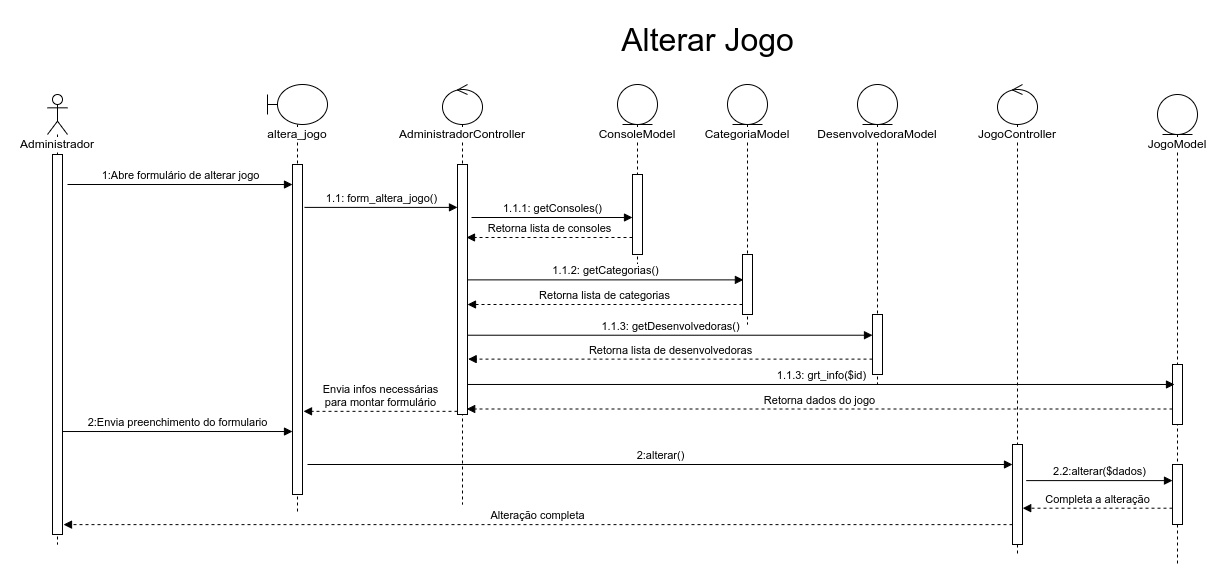
Before: docs/Diagramas/Diagrama-Sequência/Sequencia-Jogo Alterar.drawio.png, a diagram exported from draw.io (joaopaulo7/GCC188-Projeto-Final). Source tidied: cells renumbered, new cells last; positions are measured from the earlier drawing's top-left corner, leaving out a move shared by most shapes.
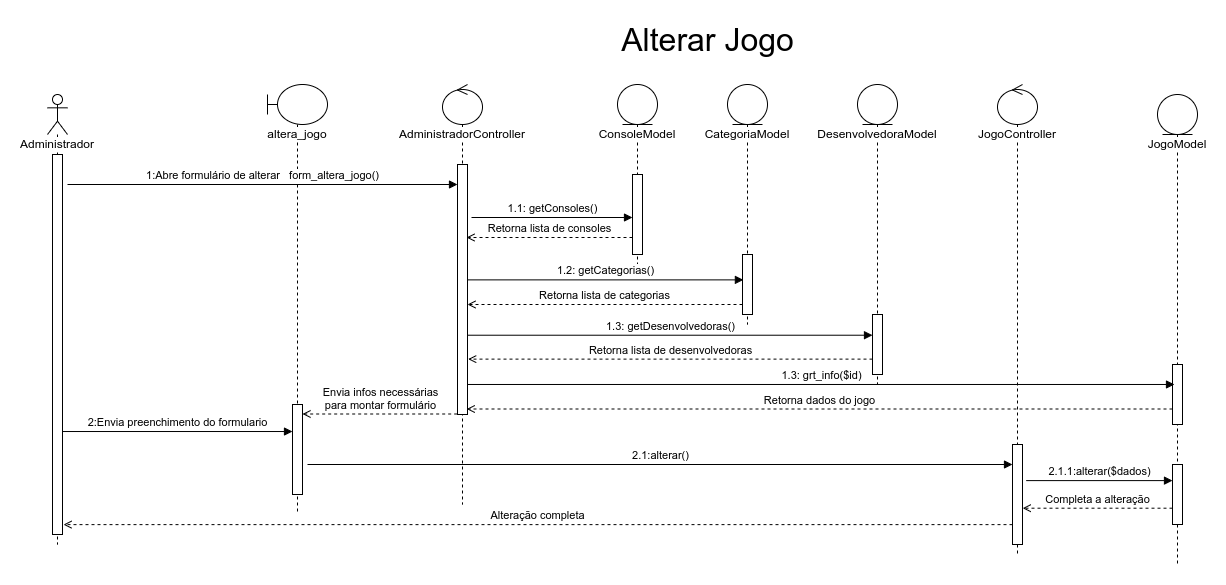
After the change.

What changed in the source:
```diff
@@ -12,7 +12,7 @@
       <mxGeometry x="220" y="60" width="60" height="430" as="geometry" />
     </mxCell>
     <mxCell id="5" style="html=1;points=[];perimeter=orthogonalPerimeter;fillColor=default;" parent="4" vertex="1">
-      <mxGeometry x="25" y="80" width="10" height="330" as="geometry" />
+      <mxGeometry x="25" y="320" width="10" height="90" as="geometry" />
     </mxCell>
     <mxCell id="6" value="&lt;span style=&quot;background-color: rgb(255 , 255 , 255)&quot;&gt;AdministradorController&lt;/span&gt;" style="shape=umlLifeline;participant=umlControl;perimeter=lifelinePerimeter;whiteSpace=wrap;html=1;verticalAlign=top;spacingTop=36;fillColor=default;" parent="1" vertex="1">
       <mxGeometry x="395" y="60" width="40" height="420" as="geometry" />
@@ -29,25 +29,21 @@
     <mxCell id="10" style="html=1;points=[];perimeter=orthogonalPerimeter;labelBackgroundColor=#FFFFFF;fillColor=default;" parent="9" vertex="1">
       <mxGeometry x="15" y="90" width="10" height="80" as="geometry" />
     </mxCell>
-    <mxCell id="11" value="1.1.1: getConsoles()" style="html=1;verticalAlign=bottom;endArrow=block;rounded=0;exitX=1.4;exitY=0.212;exitDx=0;exitDy=0;exitPerimeter=0;" parent="1" edge="1" source="7" target="10">
+    <mxCell id="11" value="1.1: getConsoles()" style="html=1;verticalAlign=bottom;endArrow=block;rounded=0;exitX=1.4;exitY=0.212;exitDx=0;exitDy=0;exitPerimeter=0;" parent="1" edge="1" source="7" target="10">
       <mxGeometry relative="1" as="geometry" />
     </mxCell>
-    <mxCell id="12" value="Retorna lista de consoles" style="html=1;verticalAlign=bottom;endArrow=block;rounded=0;dashed=1;entryX=0.9;entryY=0.292;entryDx=0;entryDy=0;entryPerimeter=0;" parent="1" edge="1" source="10" target="7">
+    <mxCell id="12" value="Retorna lista de consoles" style="html=1;verticalAlign=bottom;endArrow=open;rounded=0;dashed=1;entryX=0.9;entryY=0.292;entryDx=0;entryDy=0;entryPerimeter=0;endFill=0;" parent="1" edge="1" source="10" target="7">
       <mxGeometry relative="1" as="geometry" />
     </mxCell>
     <mxCell id="13" value="&lt;font style=&quot;font-size: 32px&quot;&gt;Alterar Jogo&lt;/font&gt;" style="text;html=1;align=center;verticalAlign=middle;strokeColor=none;fillColor=none;" parent="1" vertex="1">
       <mxGeometry x="565" width="190" height="30" as="geometry" />
     </mxCell>
-    <mxCell id="14" value="1:Abre formulário de alterar jogo" style="html=1;verticalAlign=bottom;endArrow=block;rounded=0;exitX=1;exitY=0.454;exitDx=0;exitDy=0;exitPerimeter=0;" parent="1" edge="1">
+    <mxCell id="14" value="1:Abre formulário de alterar&amp;nbsp; &amp;nbsp;form_altera_jogo()" style="html=1;verticalAlign=bottom;endArrow=block;rounded=0;exitX=1;exitY=0.454;exitDx=0;exitDy=0;exitPerimeter=0;entryX=0;entryY=0.08;entryDx=0;entryDy=0;entryPerimeter=0;" parent="1" edge="1" target="7">
       <mxGeometry relative="1" as="geometry">
         <mxPoint x="20" y="160" as="sourcePoint" />
-        <mxPoint x="245" y="160" as="targetPoint" />
       </mxGeometry>
     </mxCell>
-    <mxCell id="15" value="1.1: form_altera_jogo()" style="html=1;verticalAlign=bottom;endArrow=block;rounded=0;exitX=1.2;exitY=0.13;exitDx=0;exitDy=0;exitPerimeter=0;" parent="1" edge="1" source="5" target="7">
-      <mxGeometry relative="1" as="geometry" />
-    </mxCell>
-    <mxCell id="16" value="Envia infos necessárias&lt;br&gt;para montar formulário" style="html=1;verticalAlign=bottom;endArrow=block;rounded=0;dashed=1;entryX=1.1;entryY=0.748;entryDx=0;entryDy=0;entryPerimeter=0;" parent="1" edge="1" source="7" target="5">
+    <mxCell id="16" value="Envia infos necessárias&lt;br&gt;para montar formulário" style="html=1;verticalAlign=bottom;endArrow=open;rounded=0;dashed=1;endFill=0;exitX=-0.033;exitY=0.998;exitDx=0;exitDy=0;exitPerimeter=0;" parent="1" edge="1" source="7" target="5">
       <mxGeometry relative="1" as="geometry" />
     </mxCell>
     <mxCell id="17" value="CategoriaModel" style="shape=umlLifeline;participant=umlEntity;perimeter=lifelinePerimeter;whiteSpace=wrap;html=1;verticalAlign=top;spacingTop=36;labelBackgroundColor=#FFFFFF;fillColor=default;" parent="1" vertex="1">
@@ -62,20 +58,20 @@
     <mxCell id="20" style="html=1;points=[];perimeter=orthogonalPerimeter;labelBackgroundColor=#FFFFFF;fillColor=default;" parent="19" vertex="1">
       <mxGeometry x="15" y="230" width="10" height="60" as="geometry" />
     </mxCell>
-    <mxCell id="21" value="1.1.2: getCategorias()" style="html=1;verticalAlign=bottom;endArrow=block;rounded=0;entryX=0.09;entryY=0.423;entryDx=0;entryDy=0;entryPerimeter=0;" parent="1" edge="1" source="7" target="18">
+    <mxCell id="21" value="1.2: getCategorias()" style="html=1;verticalAlign=bottom;endArrow=block;rounded=0;entryX=0.09;entryY=0.423;entryDx=0;entryDy=0;entryPerimeter=0;" parent="1" edge="1" source="7" target="18">
       <mxGeometry relative="1" as="geometry" />
     </mxCell>
-    <mxCell id="22" value="Retorna lista de categorias" style="html=1;verticalAlign=bottom;endArrow=block;rounded=0;dashed=1;entryX=1.2;entryY=0.26;entryDx=0;entryDy=0;entryPerimeter=0;" parent="1" edge="1" source="18">
+    <mxCell id="22" value="Retorna lista de categorias" style="html=1;verticalAlign=bottom;endArrow=open;rounded=0;dashed=1;entryX=1.2;entryY=0.26;entryDx=0;entryDy=0;entryPerimeter=0;endFill=0;" parent="1" edge="1" source="18">
       <mxGeometry relative="1" as="geometry">
         <mxPoint x="420" y="280" as="targetPoint" />
       </mxGeometry>
     </mxCell>
-    <mxCell id="23" value="1.1.3: getDesenvolvedoras()" style="html=1;verticalAlign=bottom;endArrow=block;rounded=0;exitX=0.934;exitY=0.387;exitDx=0;exitDy=0;exitPerimeter=0;" parent="1" edge="1" target="20">
+    <mxCell id="23" value="1.3: getDesenvolvedoras()" style="html=1;verticalAlign=bottom;endArrow=block;rounded=0;exitX=0.934;exitY=0.387;exitDx=0;exitDy=0;exitPerimeter=0;" parent="1" edge="1" target="20">
       <mxGeometry relative="1" as="geometry">
         <mxPoint x="420" y="310.7" as="sourcePoint" />
       </mxGeometry>
     </mxCell>
-    <mxCell id="24" value="Retorna lista de desenvolvedoras" style="html=1;verticalAlign=bottom;endArrow=block;rounded=0;dashed=1;entryX=1.2;entryY=0.26;entryDx=0;entryDy=0;entryPerimeter=0;" parent="1" edge="1" source="20">
+    <mxCell id="24" value="Retorna lista de desenvolvedoras" style="html=1;verticalAlign=bottom;endArrow=open;rounded=0;dashed=1;entryX=1.2;entryY=0.26;entryDx=0;entryDy=0;entryPerimeter=0;endFill=0;" parent="1" edge="1" source="20">
       <mxGeometry relative="1" as="geometry">
         <mxPoint x="420.7" y="334.6" as="targetPoint" />
       </mxGeometry>
@@ -89,7 +85,7 @@
     <mxCell id="27" style="html=1;points=[];perimeter=orthogonalPerimeter;labelBackgroundColor=#FFFFFF;fillColor=default;" parent="25" vertex="1">
       <mxGeometry x="15" y="270" width="10" height="60" as="geometry" />
     </mxCell>
-    <mxCell id="28" value="2:alterar()" style="html=1;verticalAlign=bottom;endArrow=block;rounded=0;" parent="1" edge="1" target="30">
+    <mxCell id="28" value="2.1:alterar()" style="html=1;verticalAlign=bottom;endArrow=block;rounded=0;" parent="1" edge="1" target="30">
       <mxGeometry relative="1" as="geometry">
         <mxPoint x="260" y="440" as="sourcePoint" />
       </mxGeometry>
@@ -100,19 +96,19 @@
     <mxCell id="30" style="html=1;points=[];perimeter=orthogonalPerimeter;labelBackgroundColor=#FFFFFF;fontSize=12;fillColor=default;" parent="29" vertex="1">
       <mxGeometry x="15" y="360" width="10" height="100" as="geometry" />
     </mxCell>
-    <mxCell id="31" value="2.2:alterar($dados)" style="html=1;verticalAlign=bottom;endArrow=block;rounded=0;exitX=1.366;exitY=0.361;exitDx=0;exitDy=0;exitPerimeter=0;" parent="1" edge="1" source="30" target="26">
+    <mxCell id="31" value="2.1.1:alterar($dados)" style="html=1;verticalAlign=bottom;endArrow=block;rounded=0;exitX=1.366;exitY=0.361;exitDx=0;exitDy=0;exitPerimeter=0;" parent="1" edge="1" source="30" target="26">
       <mxGeometry relative="1" as="geometry" />
     </mxCell>
-    <mxCell id="32" value="Completa a alteração" style="html=1;verticalAlign=bottom;endArrow=block;rounded=0;dashed=1;entryX=1.021;entryY=0.637;entryDx=0;entryDy=0;entryPerimeter=0;" parent="1" edge="1" source="26" target="30">
+    <mxCell id="32" value="Completa a alteração" style="html=1;verticalAlign=bottom;endArrow=open;rounded=0;dashed=1;entryX=1.021;entryY=0.637;entryDx=0;entryDy=0;entryPerimeter=0;endFill=0;" parent="1" edge="1" source="26" target="30">
       <mxGeometry relative="1" as="geometry" />
     </mxCell>
-    <mxCell id="33" value="Alteração completa" style="html=1;verticalAlign=bottom;endArrow=block;rounded=0;dashed=1;entryX=1.1;entryY=0.974;entryDx=0;entryDy=0;entryPerimeter=0;" parent="1" edge="1" source="30" target="3">
+    <mxCell id="33" value="Alteração completa" style="html=1;verticalAlign=bottom;endArrow=open;rounded=0;dashed=1;entryX=1.1;entryY=0.974;entryDx=0;entryDy=0;entryPerimeter=0;endFill=0;" parent="1" edge="1" source="30" target="3">
       <mxGeometry relative="1" as="geometry" />
     </mxCell>
-    <mxCell id="34" value="1.1.3: grt_info($id)" style="html=1;verticalAlign=bottom;endArrow=block;rounded=0;entryX=0.2;entryY=0.333;entryDx=0;entryDy=0;entryPerimeter=0;" parent="1" edge="1" source="7" target="27">
+    <mxCell id="34" value="1.3: grt_info($id)" style="html=1;verticalAlign=bottom;endArrow=block;rounded=0;entryX=0.2;entryY=0.333;entryDx=0;entryDy=0;entryPerimeter=0;" parent="1" edge="1" source="7" target="27">
       <mxGeometry relative="1" as="geometry" />
     </mxCell>
-    <mxCell id="35" value="Retorna dados do jogo" style="html=1;verticalAlign=bottom;endArrow=block;rounded=0;dashed=1;entryX=0.919;entryY=0.978;entryDx=0;entryDy=0;entryPerimeter=0;" parent="1" edge="1" source="27" target="7">
+    <mxCell id="35" value="Retorna dados do jogo" style="html=1;verticalAlign=bottom;endArrow=open;rounded=0;dashed=1;entryX=0.919;entryY=0.978;entryDx=0;entryDy=0;entryPerimeter=0;endFill=0;" parent="1" edge="1" source="27" target="7">
       <mxGeometry relative="1" as="geometry" />
     </mxCell>
   </root>
```
